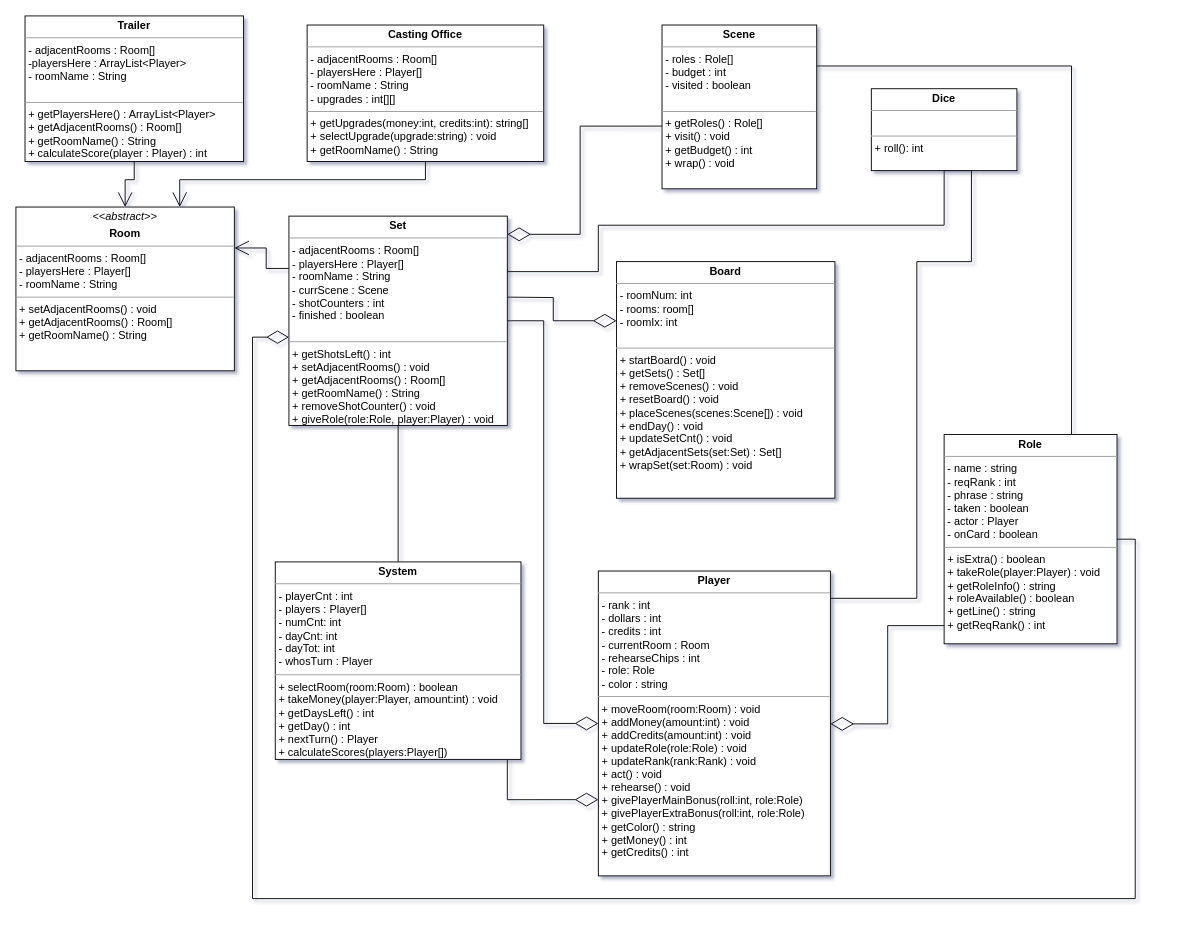
This is classDiagram.drawio from greert2/Deadwood, a draw.io file, before an edit. Source tidied: cells renumbered, new cells numbered last; positions are measured from the earlier drawing's top-left corner, leaving out a move shared by most shapes. Both pictures are drawn from the tidied source at 91%, with x=0, y=0 at pixel (15, 15).
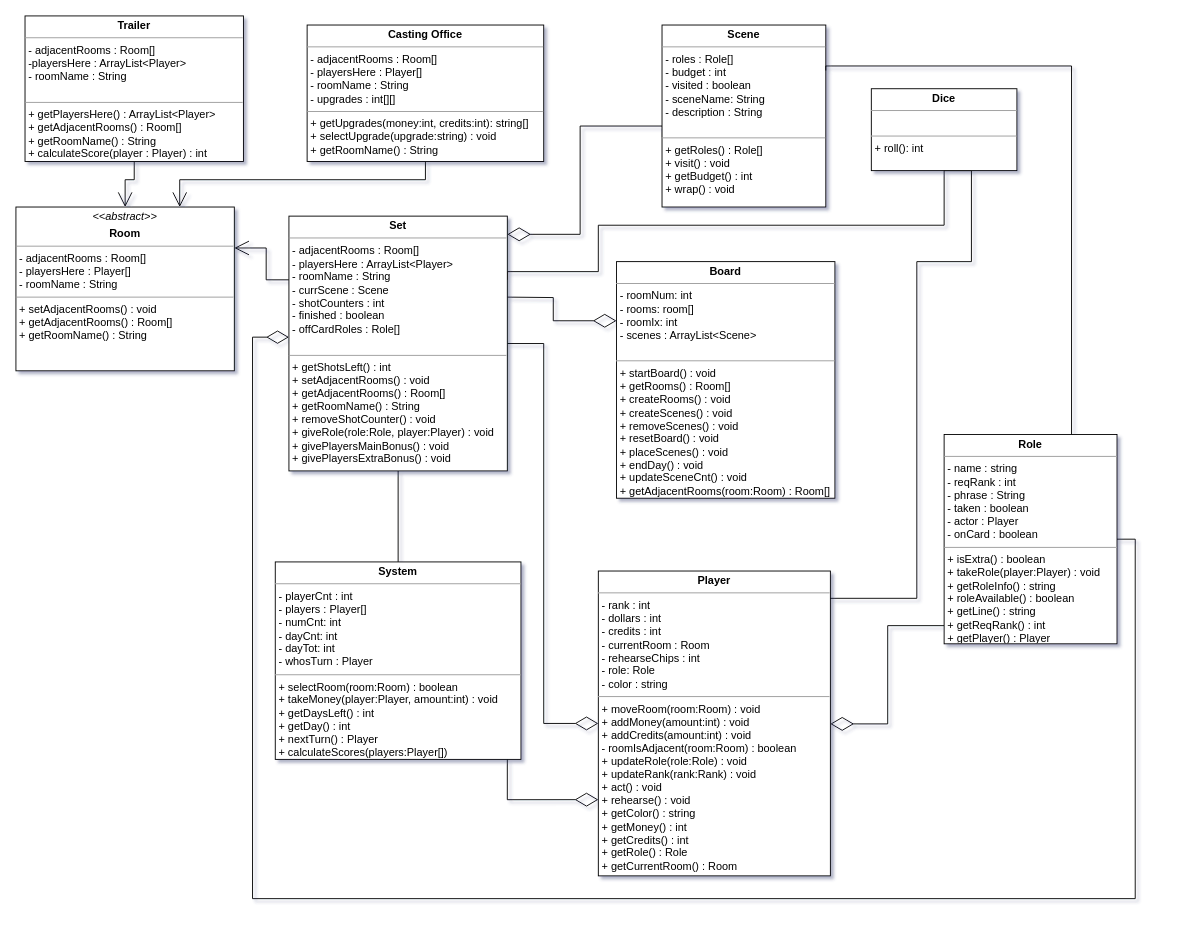
Above is the later version.

Commit message (it also covers changes not shown here):
Implemented rest of Player, Set, etc. Updated diagram

The edit, as a diff of the source:
```diff
@@
-    <mxCell id="4" value="&lt;p style=&quot;margin: 0px ; margin-top: 4px ; text-align: center&quot;&gt;&lt;b&gt;Player&lt;/b&gt;&lt;/p&gt;&lt;hr size=&quot;1&quot;&gt;&lt;p style=&quot;margin: 0px ; margin-left: 4px&quot;&gt;- rank : int&lt;/p&gt;&lt;p style=&quot;margin: 0px ; margin-left: 4px&quot;&gt;- dollars : int&lt;/p&gt;&lt;p style=&quot;margin: 0px ; margin-left: 4px&quot;&gt;- credits : int&lt;/p&gt;&lt;p style=&quot;margin: 0px ; margin-left: 4px&quot;&gt;- currentRoom : Room&lt;/p&gt;&lt;p style=&quot;margin: 0px ; margin-left: 4px&quot;&gt;- rehearseChips : int&lt;/p&gt;&lt;p style=&quot;margin: 0px ; margin-left: 4px&quot;&gt;- role: Role&lt;/p&gt;&lt;p style=&quot;margin: 0px ; margin-left: 4px&quot;&gt;- color : string&lt;/p&gt;&lt;hr size=&quot;1&quot;&gt;&lt;p style=&quot;margin: 0px ; margin-left: 4px&quot;&gt;+ moveRoom(room:Room) : void&lt;/p&gt;&lt;p style=&quot;margin: 0px ; margin-left: 4px&quot;&gt;+ addMoney(amount:int) : void&lt;/p&gt;&lt;p style=&quot;margin: 0px ; margin-left: 4px&quot;&gt;+ addCredits(amount:int) : void&lt;br&gt;&lt;/p&gt;&lt;p style=&quot;margin: 0px ; margin-left: 4px&quot;&gt;+ updateRole(role:Role) : void&lt;/p&gt;&lt;p style=&quot;margin: 0px ; margin-left: 4px&quot;&gt;+ updateRank(rank:Rank) : void&lt;/p&gt;&lt;p style=&quot;margin: 0px ; margin-left: 4px&quot;&gt;+ act() : void&lt;/p&gt;&lt;p style=&quot;margin: 0px ; margin-left: 4px&quot;&gt;+ rehearse() : void&lt;/p&gt;&lt;p style=&quot;margin: 0px ; margin-left: 4px&quot;&gt;+ givePlayerMainBonus(roll:int, role:Role)&lt;/p&gt;&lt;p style=&quot;margin: 0px ; margin-left: 4px&quot;&gt;+ givePlayerExtraBonus(roll:int, role:Role)&lt;/p&gt;&lt;p style=&quot;margin: 0px ; margin-left: 4px&quot;&gt;+ getColor() : string&lt;/p&gt;&lt;p style=&quot;margin: 0px ; margin-left: 4px&quot;&gt;+ getMoney() : int&lt;/p&gt;&lt;p style=&quot;margin: 0px ; margin-left: 4px&quot;&gt;+ getCredits() : int&lt;/p&gt;" style="verticalAlign=top;align=left;overflow=fill;fontSize=12;fontFamily=Helvetica;html=1;" parent="1" vertex="1">
+    <mxCell id="4" value="&lt;p style=&quot;margin: 0px ; margin-top: 4px ; text-align: center&quot;&gt;&lt;b&gt;Player&lt;/b&gt;&lt;/p&gt;&lt;hr size=&quot;1&quot;&gt;&lt;p style=&quot;margin: 0px ; margin-left: 4px&quot;&gt;- rank : int&lt;/p&gt;&lt;p style=&quot;margin: 0px ; margin-left: 4px&quot;&gt;- dollars : int&lt;/p&gt;&lt;p style=&quot;margin: 0px ; margin-left: 4px&quot;&gt;- credits : int&lt;/p&gt;&lt;p style=&quot;margin: 0px ; margin-left: 4px&quot;&gt;- currentRoom : Room&lt;/p&gt;&lt;p style=&quot;margin: 0px ; margin-left: 4px&quot;&gt;- rehearseChips : int&lt;/p&gt;&lt;p style=&quot;margin: 0px ; margin-left: 4px&quot;&gt;- role: Role&lt;/p&gt;&lt;p style=&quot;margin: 0px ; margin-left: 4px&quot;&gt;- color : string&lt;/p&gt;&lt;hr size=&quot;1&quot;&gt;&lt;p style=&quot;margin: 0px ; margin-left: 4px&quot;&gt;+ moveRoom(room:Room) : void&lt;/p&gt;&lt;p style=&quot;margin: 0px ; margin-left: 4px&quot;&gt;+ addMoney(amount:int) : void&lt;/p&gt;&lt;p style=&quot;margin: 0px ; margin-left: 4px&quot;&gt;+ addCredits(amount:int) : void&lt;br&gt;&lt;/p&gt;&lt;p style=&quot;margin: 0px ; margin-left: 4px&quot;&gt;- roomIsAdjacent(room:Room) : boolean&lt;/p&gt;&lt;p style=&quot;margin: 0px ; margin-left: 4px&quot;&gt;+ updateRole(role:Role) : void&lt;/p&gt;&lt;p style=&quot;margin: 0px ; margin-left: 4px&quot;&gt;+ updateRank(rank:Rank) : void&lt;/p&gt;&lt;p style=&quot;margin: 0px ; margin-left: 4px&quot;&gt;+ act() : void&lt;/p&gt;&lt;p style=&quot;margin: 0px ; margin-left: 4px&quot;&gt;+ rehearse() : void&lt;/p&gt;&lt;p style=&quot;margin: 0px ; margin-left: 4px&quot;&gt;+ getColor() : string&lt;/p&gt;&lt;p style=&quot;margin: 0px ; margin-left: 4px&quot;&gt;+ getMoney() : int&lt;/p&gt;&lt;p style=&quot;margin: 0px ; margin-left: 4px&quot;&gt;+ getCredits() : int&lt;/p&gt;&lt;p style=&quot;margin: 0px ; margin-left: 4px&quot;&gt;+ getRole() : Role&lt;/p&gt;&lt;p style=&quot;margin: 0px ; margin-left: 4px&quot;&gt;+ getCurrentRoom() : Room&lt;/p&gt;" style="verticalAlign=top;align=left;overflow=fill;fontSize=12;fontFamily=Helvetica;html=1;" parent="1" vertex="1">
       <mxGeometry x="640" y="610" width="255" height="335" as="geometry" />
     </mxCell>
@@
-    <mxCell id="6" value="&lt;p style=&quot;margin: 0px ; margin-top: 4px ; text-align: center&quot;&gt;&lt;b&gt;Board&lt;/b&gt;&lt;/p&gt;&lt;hr size=&quot;1&quot;&gt;&lt;p style=&quot;margin: 0px ; margin-left: 4px&quot;&gt;- roomNum: int&lt;/p&gt;&lt;p style=&quot;margin: 0px ; margin-left: 4px&quot;&gt;- rooms: room[]&lt;/p&gt;&lt;p style=&quot;margin: 0px ; margin-left: 4px&quot;&gt;- roomIx: int&lt;/p&gt;&lt;br&gt;&lt;hr size=&quot;1&quot;&gt;&lt;p style=&quot;margin: 0px ; margin-left: 4px&quot;&gt;+ startBoard() : void&lt;/p&gt;&lt;p style=&quot;margin: 0px ; margin-left: 4px&quot;&gt;+ getSets() : Set[]&lt;/p&gt;&lt;p style=&quot;margin: 0px 0px 0px 4px&quot;&gt;+ removeScenes() : void&lt;/p&gt;&lt;p style=&quot;margin: 0px 0px 0px 4px&quot;&gt;+ resetBoard() : void&lt;/p&gt;&lt;p style=&quot;margin: 0px 0px 0px 4px&quot;&gt;+ placeScenes(scenes:Scene[]) : void&lt;/p&gt;&lt;p style=&quot;margin: 0px 0px 0px 4px&quot;&gt;&lt;span&gt;+ endDay() : void&lt;/span&gt;&lt;/p&gt;&lt;p style=&quot;margin: 0px 0px 0px 4px&quot;&gt;&lt;span&gt;+ updateSetCnt() : void&lt;/span&gt;&lt;/p&gt;&lt;p style=&quot;margin: 0px 0px 0px 4px&quot;&gt;&lt;span&gt;+ getAdjacentSets(set:Set) : Set[]&lt;/span&gt;&lt;/p&gt;&lt;p style=&quot;margin: 0px 0px 0px 4px&quot;&gt;&lt;span&gt;+ wrapSet(set:Room) : void&lt;/span&gt;&lt;/p&gt;&lt;p&gt;&lt;br&gt;&lt;/p&gt;" style="verticalAlign=top;align=left;overflow=fill;fontSize=12;fontFamily=Helvetica;html=1;" parent="1" vertex="1">
+    <mxCell id="6" value="&lt;p style=&quot;margin: 0px ; margin-top: 4px ; text-align: center&quot;&gt;&lt;b&gt;Board&lt;/b&gt;&lt;/p&gt;&lt;hr size=&quot;1&quot;&gt;&lt;p style=&quot;margin: 0px ; margin-left: 4px&quot;&gt;- roomNum: int&lt;/p&gt;&lt;p style=&quot;margin: 0px ; margin-left: 4px&quot;&gt;- rooms: room[]&lt;/p&gt;&lt;p style=&quot;margin: 0px ; margin-left: 4px&quot;&gt;- roomIx: int&lt;/p&gt;&lt;p style=&quot;margin: 0px ; margin-left: 4px&quot;&gt;- scenes : ArrayList&amp;lt;Scene&amp;gt;&lt;/p&gt;&lt;br&gt;&lt;hr size=&quot;1&quot;&gt;&lt;p style=&quot;margin: 0px ; margin-left: 4px&quot;&gt;+ startBoard() : void&lt;/p&gt;&lt;p style=&quot;margin: 0px ; margin-left: 4px&quot;&gt;+ getRooms() : Room[]&lt;/p&gt;&lt;p style=&quot;margin: 0px ; margin-left: 4px&quot;&gt;+ createRooms() : void&lt;/p&gt;&lt;p style=&quot;margin: 0px ; margin-left: 4px&quot;&gt;+ createScenes() : void&lt;/p&gt;&lt;p style=&quot;margin: 0px 0px 0px 4px&quot;&gt;+ removeScenes() : void&lt;/p&gt;&lt;p style=&quot;margin: 0px 0px 0px 4px&quot;&gt;+ resetBoard() : void&lt;/p&gt;&lt;p style=&quot;margin: 0px 0px 0px 4px&quot;&gt;+ placeScenes() : void&lt;/p&gt;&lt;p style=&quot;margin: 0px 0px 0px 4px&quot;&gt;&lt;span&gt;+ endDay() : void&lt;/span&gt;&lt;/p&gt;&lt;p style=&quot;margin: 0px 0px 0px 4px&quot;&gt;&lt;span&gt;+ updateSceneCnt() : void&lt;/span&gt;&lt;/p&gt;&lt;p style=&quot;margin: 0px 0px 0px 4px&quot;&gt;&lt;span&gt;+ getAdjacentRooms(room:Room) : Room[]&lt;/span&gt;&lt;/p&gt;&lt;p style=&quot;margin: 0px 0px 0px 4px&quot;&gt;&lt;br&gt;&lt;/p&gt;&lt;p&gt;&lt;br&gt;&lt;/p&gt;" style="verticalAlign=top;align=left;overflow=fill;fontSize=12;fontFamily=Helvetica;html=1;" parent="1" vertex="1">
       <mxGeometry x="660" y="270" width="240" height="260" as="geometry" />
     </mxCell>
@@
-    <mxCell id="15" value="&lt;p style=&quot;margin: 0px ; margin-top: 4px ; text-align: center&quot;&gt;&lt;b&gt;Set&lt;/b&gt;&lt;/p&gt;&lt;hr size=&quot;1&quot;&gt;&lt;p style=&quot;margin: 0px ; margin-left: 4px&quot;&gt;- adjacentRooms : Room[]&lt;/p&gt;&lt;p style=&quot;margin: 0px ; margin-left: 4px&quot;&gt;- playersHere : Player[]&lt;/p&gt;&lt;p style=&quot;margin: 0px ; margin-left: 4px&quot;&gt;- roomName : String&lt;/p&gt;&lt;p style=&quot;margin: 0px ; margin-left: 4px&quot;&gt;- currScene : Scene&lt;/p&gt;&lt;p style=&quot;margin: 0px ; margin-left: 4px&quot;&gt;&lt;span&gt;- shotCounters : int&lt;/span&gt;&lt;br&gt;&lt;/p&gt;&lt;p style=&quot;margin: 0px ; margin-left: 4px&quot;&gt;- finished : boolean&lt;/p&gt;&lt;p style=&quot;margin: 0px ; margin-left: 4px&quot;&gt;&lt;br&gt;&lt;/p&gt;&lt;hr size=&quot;1&quot;&gt;&lt;p style=&quot;margin: 0px ; margin-left: 4px&quot;&gt;&lt;span&gt;+ getShotsLeft() : int&lt;/span&gt;&lt;br&gt;&lt;/p&gt;&lt;p style=&quot;margin: 0px ; margin-left: 4px&quot;&gt;+ setAdjacentRooms() : void&lt;/p&gt;&lt;p style=&quot;margin: 0px ; margin-left: 4px&quot;&gt;+ getAdjacentRooms() : Room[]&lt;/p&gt;&lt;p style=&quot;margin: 0px ; margin-left: 4px&quot;&gt;+ getRoomName() : String&lt;/p&gt;&lt;p style=&quot;margin: 0px ; margin-left: 4px&quot;&gt;+ removeShotCounter() : void&lt;/p&gt;&lt;p style=&quot;margin: 0px ; margin-left: 4px&quot;&gt;+ giveRole(role:Role, player:Player) : void&lt;/p&gt;" style="verticalAlign=top;align=left;overflow=fill;fontSize=12;fontFamily=Helvetica;html=1;" parent="1" vertex="1">
-      <mxGeometry x="300" y="220" width="240" height="230" as="geometry" />
+    <mxCell id="15" value="&lt;p style=&quot;margin: 0px ; margin-top: 4px ; text-align: center&quot;&gt;&lt;b&gt;Set&lt;/b&gt;&lt;/p&gt;&lt;hr size=&quot;1&quot;&gt;&lt;p style=&quot;margin: 0px ; margin-left: 4px&quot;&gt;- adjacentRooms : Room[]&lt;/p&gt;&lt;p style=&quot;margin: 0px ; margin-left: 4px&quot;&gt;- playersHere : ArrayList&amp;lt;Player&amp;gt;&lt;/p&gt;&lt;p style=&quot;margin: 0px ; margin-left: 4px&quot;&gt;- roomName : String&lt;/p&gt;&lt;p style=&quot;margin: 0px ; margin-left: 4px&quot;&gt;- currScene : Scene&lt;/p&gt;&lt;p style=&quot;margin: 0px ; margin-left: 4px&quot;&gt;&lt;span&gt;- shotCounters : int&lt;/span&gt;&lt;br&gt;&lt;/p&gt;&lt;p style=&quot;margin: 0px ; margin-left: 4px&quot;&gt;- finished : boolean&lt;/p&gt;&lt;p style=&quot;margin: 0px ; margin-left: 4px&quot;&gt;- offCardRoles : Role[]&lt;/p&gt;&lt;p style=&quot;margin: 0px ; margin-left: 4px&quot;&gt;&lt;br&gt;&lt;/p&gt;&lt;hr size=&quot;1&quot;&gt;&lt;p style=&quot;margin: 0px ; margin-left: 4px&quot;&gt;&lt;span&gt;+ getShotsLeft() : int&lt;/span&gt;&lt;br&gt;&lt;/p&gt;&lt;p style=&quot;margin: 0px ; margin-left: 4px&quot;&gt;+ setAdjacentRooms() : void&lt;/p&gt;&lt;p style=&quot;margin: 0px ; margin-left: 4px&quot;&gt;+ getAdjacentRooms() : Room[]&lt;/p&gt;&lt;p style=&quot;margin: 0px ; margin-left: 4px&quot;&gt;+ getRoomName() : String&lt;/p&gt;&lt;p style=&quot;margin: 0px ; margin-left: 4px&quot;&gt;+ removeShotCounter() : void&lt;/p&gt;&lt;p style=&quot;margin: 0px ; margin-left: 4px&quot;&gt;+ giveRole(role:Role, player:Player) : void&lt;/p&gt;&lt;p style=&quot;margin: 0px ; margin-left: 4px&quot;&gt;+ givePlayersMainBonus() : void&lt;/p&gt;&lt;p style=&quot;margin: 0px ; margin-left: 4px&quot;&gt;+ givePlayersExtraBonus() : void&lt;/p&gt;" style="verticalAlign=top;align=left;overflow=fill;fontSize=12;fontFamily=Helvetica;html=1;" parent="1" vertex="1">
+      <mxGeometry x="300" y="220" width="240" height="280" as="geometry" />
     </mxCell>
@@
-    <mxCell id="18" value="&lt;p style=&quot;margin: 0px ; margin-top: 4px ; text-align: center&quot;&gt;&lt;b&gt;Scene&lt;/b&gt;&lt;/p&gt;&lt;hr size=&quot;1&quot;&gt;&lt;p style=&quot;margin: 0px ; margin-left: 4px&quot;&gt;- roles : Role[]&lt;/p&gt;&lt;p style=&quot;margin: 0px ; margin-left: 4px&quot;&gt;- budget : int&lt;/p&gt;&lt;p style=&quot;margin: 0px ; margin-left: 4px&quot;&gt;- visited : boolean&lt;/p&gt;&lt;p style=&quot;margin: 0px ; margin-left: 4px&quot;&gt;&lt;br&gt;&lt;/p&gt;&lt;hr size=&quot;1&quot;&gt;&lt;p style=&quot;margin: 0px ; margin-left: 4px&quot;&gt;+ getRoles() : Role[]&lt;/p&gt;&lt;p style=&quot;margin: 0px ; margin-left: 4px&quot;&gt;+ visit() : void&lt;/p&gt;&lt;p style=&quot;margin: 0px ; margin-left: 4px&quot;&gt;+ getBudget() : int&lt;/p&gt;&lt;p style=&quot;margin: 0px ; margin-left: 4px&quot;&gt;+ wrap() : void&lt;/p&gt;&lt;p style=&quot;margin: 0px ; margin-left: 4px&quot;&gt;&lt;br&gt;&lt;/p&gt;" style="verticalAlign=top;align=left;overflow=fill;fontSize=12;fontFamily=Helvetica;html=1;" parent="1" vertex="1">
-      <mxGeometry x="710" y="10" width="170" height="180" as="geometry" />
+    <mxCell id="18" value="&lt;p style=&quot;margin: 0px ; margin-top: 4px ; text-align: center&quot;&gt;&lt;b&gt;Scene&lt;/b&gt;&lt;/p&gt;&lt;hr size=&quot;1&quot;&gt;&lt;p style=&quot;margin: 0px ; margin-left: 4px&quot;&gt;- roles : Role[]&lt;/p&gt;&lt;p style=&quot;margin: 0px ; margin-left: 4px&quot;&gt;- budget : int&lt;/p&gt;&lt;p style=&quot;margin: 0px ; margin-left: 4px&quot;&gt;- visited : boolean&lt;/p&gt;&lt;p style=&quot;margin: 0px ; margin-left: 4px&quot;&gt;- sceneName: String&lt;/p&gt;&lt;p style=&quot;margin: 0px ; margin-left: 4px&quot;&gt;- description : String&lt;/p&gt;&lt;p style=&quot;margin: 0px ; margin-left: 4px&quot;&gt;&lt;br&gt;&lt;/p&gt;&lt;hr size=&quot;1&quot;&gt;&lt;p style=&quot;margin: 0px ; margin-left: 4px&quot;&gt;+ getRoles() : Role[]&lt;/p&gt;&lt;p style=&quot;margin: 0px ; margin-left: 4px&quot;&gt;+ visit() : void&lt;/p&gt;&lt;p style=&quot;margin: 0px ; margin-left: 4px&quot;&gt;+ getBudget() : int&lt;/p&gt;&lt;p style=&quot;margin: 0px ; margin-left: 4px&quot;&gt;+ wrap() : void&lt;/p&gt;&lt;p style=&quot;margin: 0px ; margin-left: 4px&quot;&gt;&lt;br&gt;&lt;/p&gt;" style="verticalAlign=top;align=left;overflow=fill;fontSize=12;fontFamily=Helvetica;html=1;" parent="1" vertex="1">
+      <mxGeometry x="710" y="10" width="180" height="200" as="geometry" />
     </mxCell>
@@
-    <mxCell id="21" value="&lt;p style=&quot;margin: 0px ; margin-top: 4px ; text-align: center&quot;&gt;&lt;b&gt;Role&lt;/b&gt;&lt;/p&gt;&lt;hr size=&quot;1&quot;&gt;&lt;p style=&quot;margin: 0px ; margin-left: 4px&quot;&gt;- name : string&lt;/p&gt;&lt;p style=&quot;margin: 0px ; margin-left: 4px&quot;&gt;- reqRank : int&lt;/p&gt;&lt;p style=&quot;margin: 0px ; margin-left: 4px&quot;&gt;- phrase : string&lt;/p&gt;&lt;p style=&quot;margin: 0px ; margin-left: 4px&quot;&gt;- taken : boolean&lt;/p&gt;&lt;p style=&quot;margin: 0px ; margin-left: 4px&quot;&gt;- actor : Player&lt;/p&gt;&lt;p style=&quot;margin: 0px ; margin-left: 4px&quot;&gt;- onCard : boolean&lt;/p&gt;&lt;hr size=&quot;1&quot;&gt;&lt;p style=&quot;margin: 0px ; margin-left: 4px&quot;&gt;+ isExtra() : boolean&lt;/p&gt;&lt;p style=&quot;margin: 0px ; margin-left: 4px&quot;&gt;+ takeRole(player:Player) : void&lt;/p&gt;&lt;p style=&quot;margin: 0px ; margin-left: 4px&quot;&gt;+ getRoleInfo() : string&lt;/p&gt;&lt;p style=&quot;margin: 0px ; margin-left: 4px&quot;&gt;+ roleAvailable() : boolean&lt;/p&gt;&lt;p style=&quot;margin: 0px ; margin-left: 4px&quot;&gt;+ getLine() : string&lt;/p&gt;&lt;p style=&quot;margin: 0px ; margin-left: 4px&quot;&gt;+ getReqRank() : int&lt;/p&gt;" style="verticalAlign=top;align=left;overflow=fill;fontSize=12;fontFamily=Helvetica;html=1;" parent="1" vertex="1">
+    <mxCell id="21" value="&lt;p style=&quot;margin: 0px ; margin-top: 4px ; text-align: center&quot;&gt;&lt;b&gt;Role&lt;/b&gt;&lt;/p&gt;&lt;hr size=&quot;1&quot;&gt;&lt;p style=&quot;margin: 0px ; margin-left: 4px&quot;&gt;- name : string&lt;/p&gt;&lt;p style=&quot;margin: 0px ; margin-left: 4px&quot;&gt;- reqRank : int&lt;/p&gt;&lt;p style=&quot;margin: 0px ; margin-left: 4px&quot;&gt;- phrase : String&lt;/p&gt;&lt;p style=&quot;margin: 0px ; margin-left: 4px&quot;&gt;- taken : boolean&lt;/p&gt;&lt;p style=&quot;margin: 0px ; margin-left: 4px&quot;&gt;- actor : Player&lt;/p&gt;&lt;p style=&quot;margin: 0px ; margin-left: 4px&quot;&gt;- onCard : boolean&lt;/p&gt;&lt;hr size=&quot;1&quot;&gt;&lt;p style=&quot;margin: 0px ; margin-left: 4px&quot;&gt;+ isExtra() : boolean&lt;/p&gt;&lt;p style=&quot;margin: 0px ; margin-left: 4px&quot;&gt;+ takeRole(player:Player) : void&lt;/p&gt;&lt;p style=&quot;margin: 0px ; margin-left: 4px&quot;&gt;+ getRoleInfo() : string&lt;/p&gt;&lt;p style=&quot;margin: 0px ; margin-left: 4px&quot;&gt;+ roleAvailable() : boolean&lt;/p&gt;&lt;p style=&quot;margin: 0px ; margin-left: 4px&quot;&gt;+ getLine() : string&lt;/p&gt;&lt;p style=&quot;margin: 0px ; margin-left: 4px&quot;&gt;+ getReqRank() : int&lt;/p&gt;&lt;p style=&quot;margin: 0px ; margin-left: 4px&quot;&gt;+ getPlayer() : Player&lt;/p&gt;" style="verticalAlign=top;align=left;overflow=fill;fontSize=12;fontFamily=Helvetica;html=1;" parent="1" vertex="1">
       <mxGeometry x="1020" y="460" width="190" height="230" as="geometry" />
     </mxCell>
```
